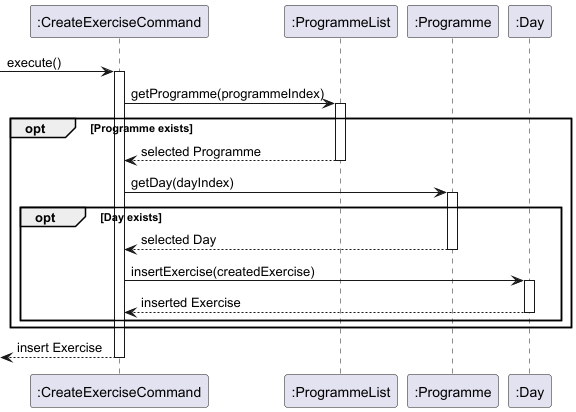
Before: docs/images/addExerciseCommand.png, a diagram exported from PlantUML (nus-cs2113-AY2425S1/tp).
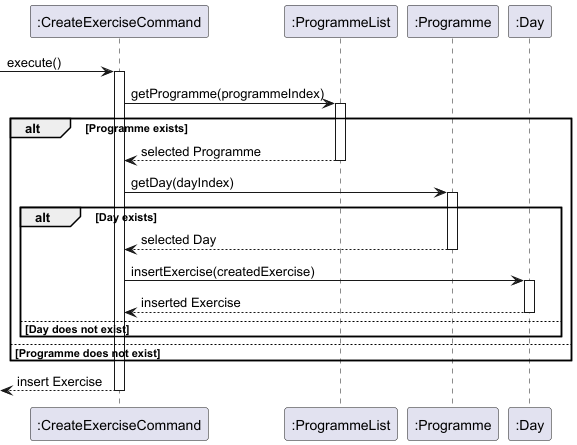
After the commit.

Diff of the diagram source:
```diff
@@ -10,14 +10,14 @@
 AddExerciseCommand -> ProgrammeList : getProgramme(programmeIndex)
 activate ProgrammeList
 
-opt Programme exists
+alt Programme exists
     ProgrammeList --> AddExerciseCommand : selected Programme
     deactivate ProgrammeList
 
     AddExerciseCommand -> Programme : getDay(dayIndex)
     activate Programme
 
-    opt Day exists
+    alt Day exists
         Programme --> AddExerciseCommand : selected Day
         deactivate Programme
 
@@ -25,7 +25,9 @@
         activate Day
         Day --> AddExerciseCommand: inserted Exercise
         deactivate Day
+    else Day does not exist
     end
+    else Programme does not exist
 end
 
 <-- AddExerciseCommand  : insert Exercise
```
